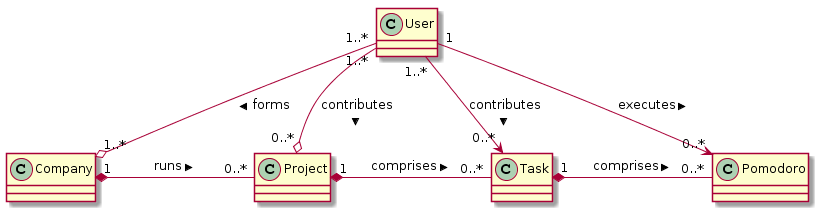
iJebus/zeitdoro keeps this PlantUML diagram as img/classDiagram.png. Above is the earlier version.
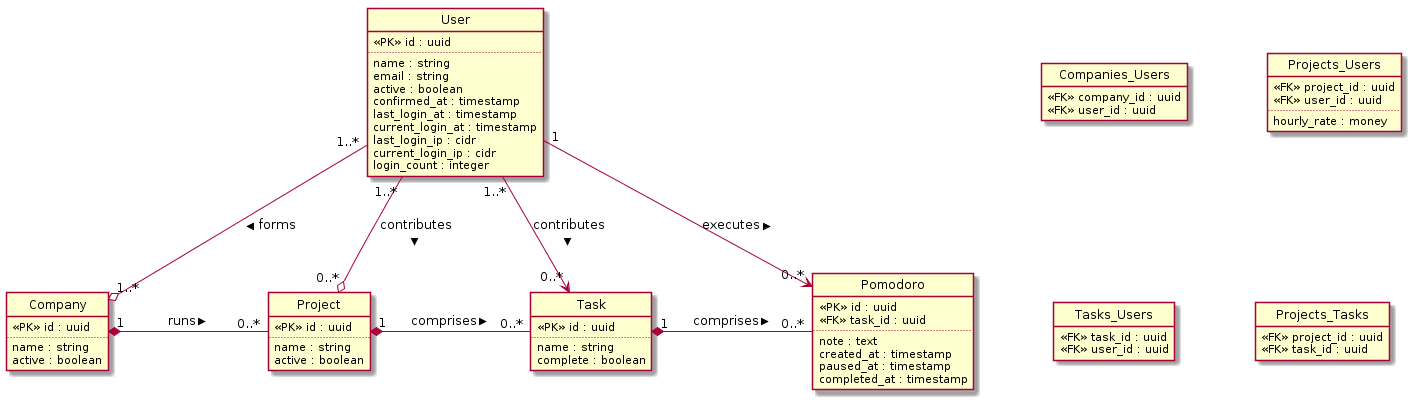
Above is the later version.

Commit message:
update class diagram image

Diff of the diagram source:
```diff
@@ -1,6 +1,75 @@
 @startuml
 skinparam nodesep 80
 skinparam ranksep 80
+hide circle
+hide method
+
+class User {
+  <<PK>> id : uuid
+  ..
+  name : string
+  email : string
+  active : boolean
+  confirmed_at : timestamp
+  last_login_at : timestamp
+  current_login_at : timestamp
+  last_login_ip : cidr
+  current_login_ip : cidr
+  login_count : integer
+}
+
+class Company {
+  <<PK>> id : uuid
+  ..
+  name : string
+  active : boolean
+}
+
+class Project {
+  <<PK>> id : uuid
+  ..
+  name : string
+  active : boolean
+}
+
+class Task {
+  <<PK>> id : uuid
+  ..
+  name : string
+  complete : boolean
+}
+
+class Pomodoro {
+  <<PK>> id : uuid
+  <<FK>> task_id : uuid
+  ..
+  note : text
+  created_at : timestamp
+  paused_at : timestamp
+  completed_at : timestamp
+}
+
+class Companies_Users {
+  <<FK>> company_id : uuid
+  <<FK>> user_id : uuid
+}
+
+class Projects_Users {
+  <<FK>> project_id : uuid
+  <<FK>> user_id : uuid
+  ..
+  hourly_rate : money
+}
+
+class Tasks_Users {
+  <<FK>> task_id : uuid
+  <<FK>> user_id : uuid
+}
+
+class Projects_Tasks {
+  <<FK>> project_id : uuid
+  <<FK>> task_id : uuid
+}
 
 Company "1" *- "0..*" Project : runs >
 Project "1" *- "0..*" Task : comprises >
```
